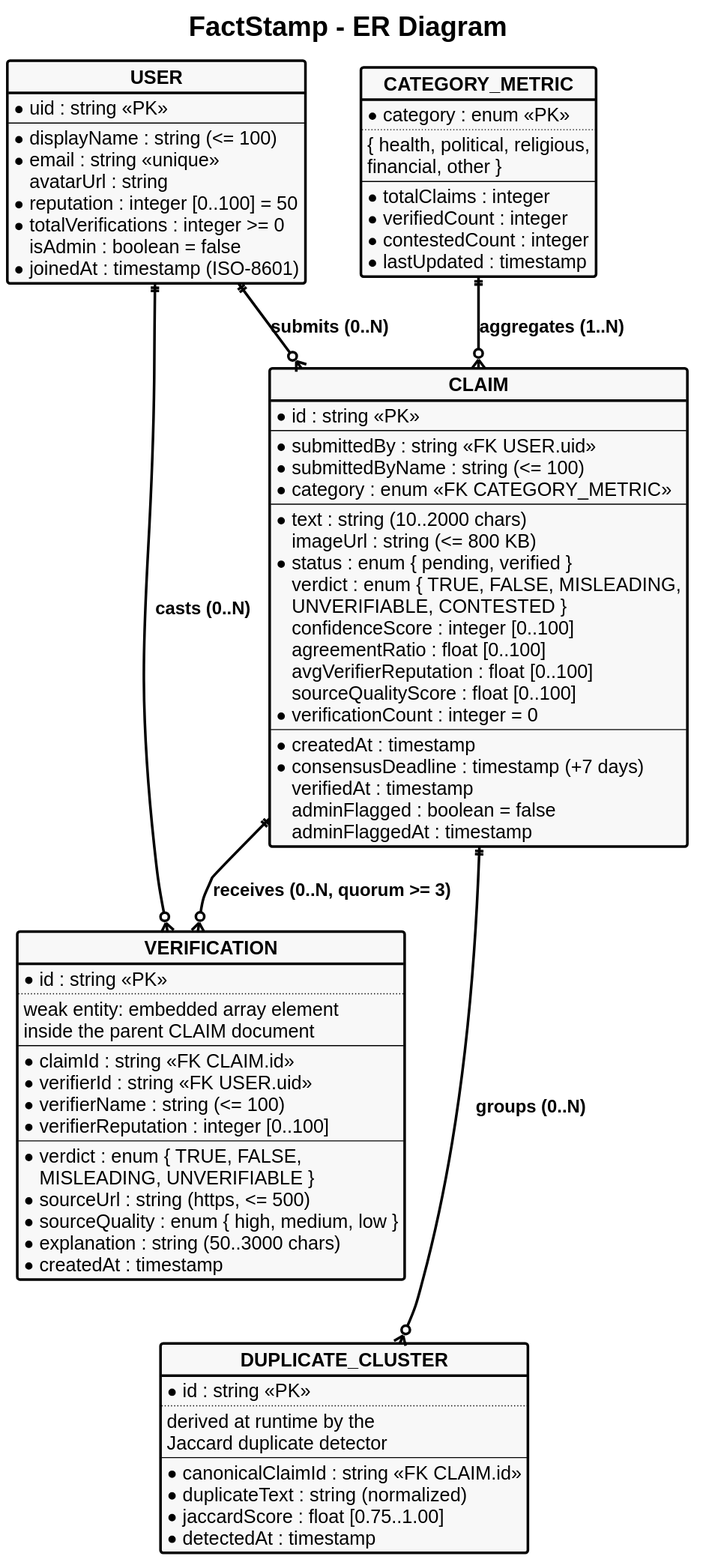
aadish0day/typst keeps this PlantUML diagram as FactStamp/black_book_draft/03_Requirements_and_Analysis/attachments/er_diagram.svg. Above is the earlier version. Its diagram source:
```plantuml
@startuml
skinparam style strictuml
skinparam monochrome true
skinparam defaultFontName "Liberation Sans"
skinparam defaultFontSize 20
skinparam defaultFontStyle bold
skinparam titleFontSize 26
skinparam titleFontStyle bold

skinparam backgroundColor white
skinparam ArrowColor black
skinparam ArrowThickness 2.5
skinparam ArrowFontSize 17
skinparam ArrowFontStyle bold

skinparam EntityBorderColor black
skinparam EntityBorderThickness 2.5
skinparam EntityBackgroundColor #F8F9FA
skinparam EntityFontSize 22
skinparam EntityFontStyle bold

skinparam ClassBorderColor black
skinparam ClassBorderThickness 2.5
skinparam ClassBackgroundColor #F8F9FA
skinparam ClassFontSize 22
skinparam ClassFontStyle bold
skinparam ClassAttributeFontSize 18

title FactStamp - ER Diagram

entity "USER" as User {
  * uid : string <<PK>>
  --
  * displayName : string (<= 100)
  * email : string <<unique>>
  avatarUrl : string
  * reputation : integer [0..100] = 50
  * totalVerifications : integer >= 0
  isAdmin : boolean = false
  * joinedAt : timestamp (ISO-8601)
}

entity "CATEGORY_METRIC" as CategoryMetric {
  * category : enum <<PK>>
  ..
  { health, political, religious,
  financial, other }
  --
  * totalClaims : integer
  * verifiedCount : integer
  * contestedCount : integer
  * lastUpdated : timestamp
}

entity "CLAIM" as Claim {
  * id : string <<PK>>
  --
  * submittedBy : string <<FK USER.uid>>
  * submittedByName : string (<= 100)
  * category : enum <<FK CATEGORY_METRIC>>
  --
  * text : string (10..2000 chars)
  imageUrl : string (<= 800 KB)
  * status : enum { pending, verified }
  verdict : enum { TRUE, FALSE, MISLEADING,
  UNVERIFIABLE, CONTESTED }
  confidenceScore : integer [0..100]
  agreementRatio : float [0..100]
  avgVerifierReputation : float [0..100]
  sourceQualityScore : float [0..100]
  * verificationCount : integer = 0
  --
  * createdAt : timestamp
  * consensusDeadline : timestamp (+7 days)
  verifiedAt : timestamp
  adminFlagged : boolean = false
  adminFlaggedAt : timestamp
}

entity "VERIFICATION" as Verification {
  * id : string <<PK>>
  ..
  weak entity: embedded array element
  inside the parent CLAIM document
  --
  * claimId : string <<FK CLAIM.id>>
  * verifierId : string <<FK USER.uid>>
  * verifierName : string (<= 100)
  * verifierReputation : integer [0..100]
  --
  * verdict : enum { TRUE, FALSE,
  MISLEADING, UNVERIFIABLE }
  * sourceUrl : string (https, <= 500)
  * sourceQuality : enum { high, medium, low }
  * explanation : string (50..3000 chars)
  * createdAt : timestamp
}

entity "DUPLICATE_CLUSTER" as DuplicateCluster {
  * id : string <<PK>>
  ..
  derived at runtime by the
  Jaccard duplicate detector
  --
  * canonicalClaimId : string <<FK CLAIM.id>>
  * duplicateText : string (normalized)
  * jaccardScore : float [0.75..1.00]
  * detectedAt : timestamp
}

CategoryMetric ||--o{ Claim : "aggregates (1..N)"
User ||--o{ Claim : "submits (0..N)"
Claim ||--o{ Verification : "receives (0..N, quorum >= 3)"
User ||--o{ Verification : "casts (0..N)"
Claim ||--o{ DuplicateCluster : "groups (0..N)"

Verification -[hidden]down-> DuplicateCluster
@enduml
```
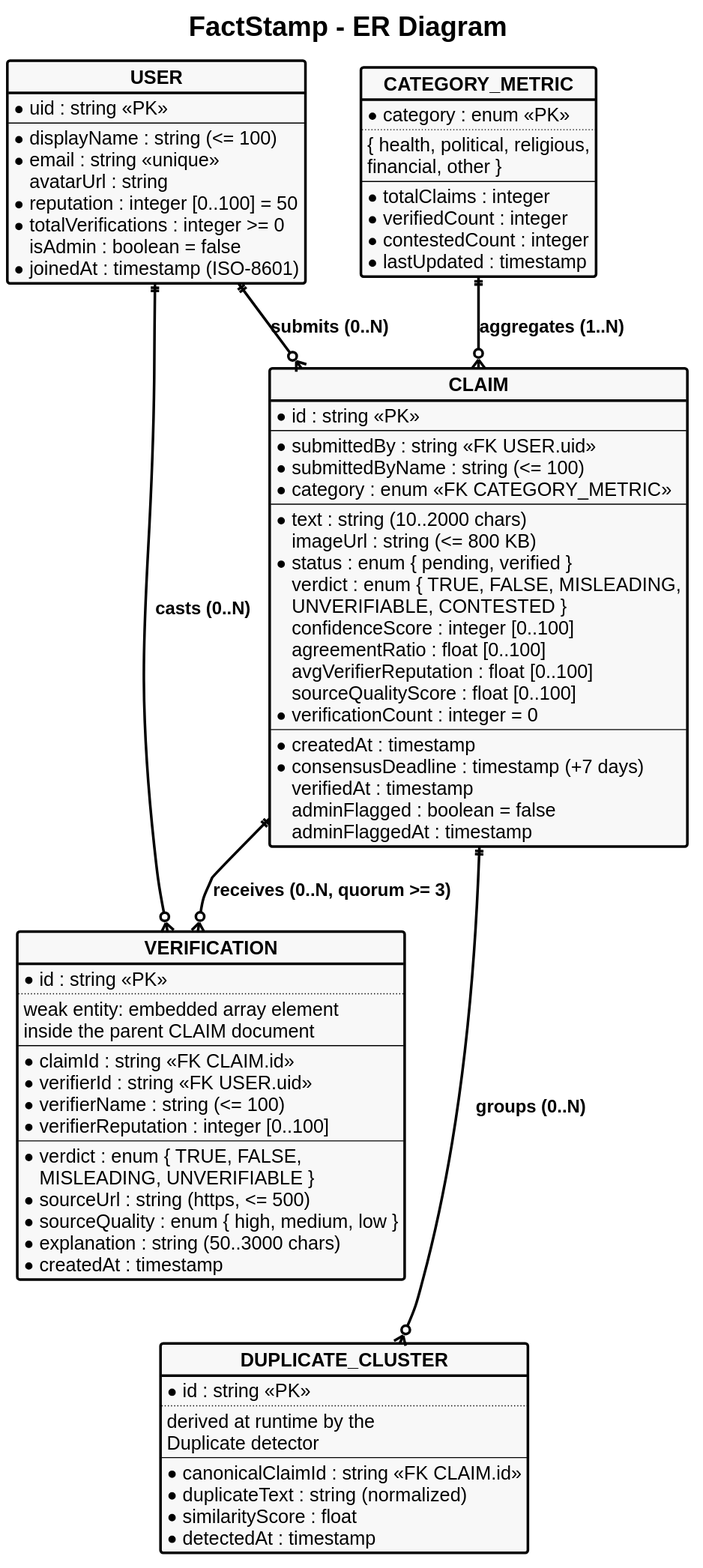
The same diagram one commit later.

Diff of the diagram source:
```diff
@@ -100,11 +100,11 @@
   * id : string <<PK>>
   ..
   derived at runtime by the
-  Jaccard duplicate detector
+  Duplicate detector
   --
   * canonicalClaimId : string <<FK CLAIM.id>>
   * duplicateText : string (normalized)
-  * jaccardScore : float [0.75..1.00]
+  * similarityScore : float
   * detectedAt : timestamp
 }
 
```
